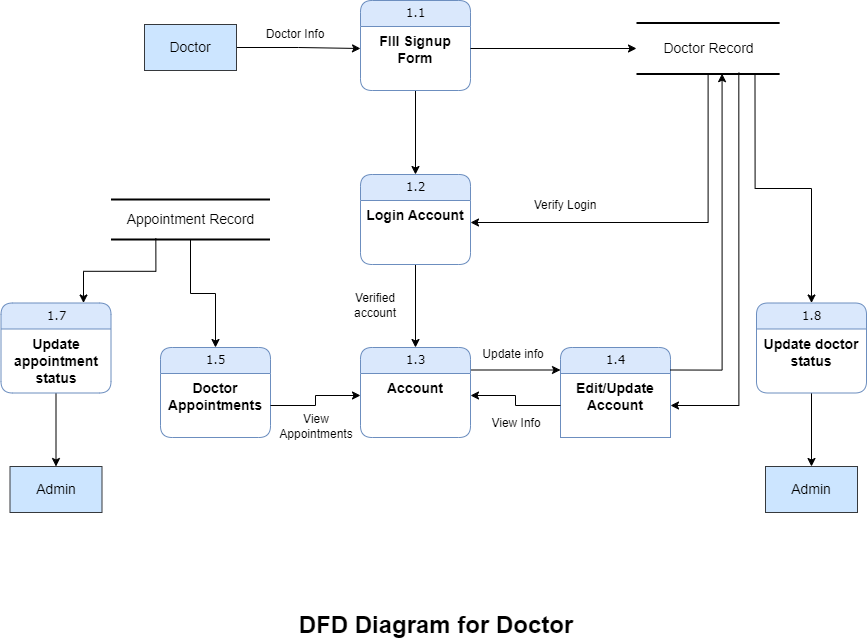
Earlier version of the draw.io export [MISC]/Diagrams/DFD/Data Flow Diagram-Page-2.drawio.png (IntelligentBeaver/Doctor-Appointment-System). Source tidied: cells renumbered, new cells last; positions are measured from the earlier drawing's top-left corner, leaving out a move shared by most shapes. Its diagram source:
```xml
<mxGraphModel>
  <root>
    <mxCell id="0" />
    <mxCell id="1" parent="0" />
    <mxCell id="2" style="edgeStyle=orthogonalEdgeStyle;rounded=0;jettySize=auto;html=1;exitX=0.5;exitY=1;exitDx=0;exitDy=0;" parent="1" edge="1" source="3" target="9">
      <mxGeometry relative="1" as="geometry" />
    </mxCell>
    <mxCell id="3" value="1.1" style="swimlane;html=1;fontStyle=0;horizontal=1;startSize=26;fillColor=#dae8fc;swimlaneFillColor=#ffffff;align=center;rounded=1;shadow=0;comic=0;labelBackgroundColor=none;strokeWidth=1;fontFamily=Verdana;fontSize=12;strokeColor=#6c8ebf;" parent="1" vertex="1">
      <mxGeometry x="360" width="110" height="90" as="geometry" />
    </mxCell>
    <mxCell id="4" value="&lt;b&gt;&lt;font style=&quot;font-size: 14px;&quot;&gt;FIll Signup Form&lt;/font&gt;&lt;/b&gt;" style="text;html=1;strokeColor=none;fillColor=none;spacingLeft=4;spacingRight=4;whiteSpace=wrap;overflow=hidden;points=[[0,0.5],[1,0.5]];portConstraint=eastwest;align=center;" parent="3" vertex="1">
      <mxGeometry y="26" width="110" height="44" as="geometry" />
    </mxCell>
    <mxCell id="5" value="&lt;font face=&quot;Helvetica&quot; style=&quot;font-size: 14px;&quot;&gt;Doctor Record&lt;/font&gt;" style="html=1;rounded=0;shadow=0;comic=0;labelBackgroundColor=none;strokeWidth=2;fontFamily=Verdana;fontSize=12;align=center;shape=mxgraph.ios7ui.horLines;" parent="1" vertex="1">
      <mxGeometry x="636" y="22.5" width="143.1" height="51" as="geometry" />
    </mxCell>
    <mxCell id="6" style="edgeStyle=orthogonalEdgeStyle;rounded=0;jettySize=auto;html=1;exitX=1;exitY=0.5;exitDx=0;exitDy=0;" parent="1" edge="1" source="7" target="4">
      <mxGeometry relative="1" as="geometry" />
    </mxCell>
    <mxCell id="7" value="&lt;font style=&quot;font-size: 14px;&quot;&gt;Doctor&lt;/font&gt;" style="rounded=0;whiteSpace=wrap;html=1;fillColor=#cce5ff;strokeColor=#36393d;" parent="1" vertex="1">
      <mxGeometry x="144" y="24" width="92" height="46" as="geometry" />
    </mxCell>
    <mxCell id="8" style="edgeStyle=orthogonalEdgeStyle;rounded=0;jettySize=auto;html=1;" parent="1" edge="1" source="9" target="13">
      <mxGeometry relative="1" as="geometry" />
    </mxCell>
    <mxCell id="9" value="1.2" style="swimlane;html=1;fontStyle=0;horizontal=1;startSize=26;fillColor=#dae8fc;swimlaneFillColor=#ffffff;align=center;rounded=1;shadow=0;comic=0;labelBackgroundColor=none;strokeWidth=1;fontFamily=Verdana;fontSize=12;strokeColor=#6c8ebf;" parent="1" vertex="1">
      <mxGeometry x="360" y="174" width="110" height="90" as="geometry" />
    </mxCell>
    <mxCell id="10" value="&lt;span style=&quot;font-size: 14px;&quot;&gt;&lt;b&gt;Login Account&lt;/b&gt;&lt;/span&gt;" style="text;html=1;strokeColor=none;fillColor=none;spacingLeft=4;spacingRight=4;whiteSpace=wrap;overflow=hidden;points=[[0,0.5],[1,0.5]];portConstraint=eastwest;align=center;" parent="9" vertex="1">
      <mxGeometry y="26" width="110" height="44" as="geometry" />
    </mxCell>
    <mxCell id="11" style="edgeStyle=orthogonalEdgeStyle;rounded=0;jettySize=auto;html=1;exitX=1;exitY=0.5;exitDx=0;exitDy=0;" parent="1" edge="1" source="4" target="5">
      <mxGeometry relative="1" as="geometry" />
    </mxCell>
    <mxCell id="12" style="edgeStyle=orthogonalEdgeStyle;rounded=0;jettySize=auto;html=1;exitX=1;exitY=0.25;exitDx=0;exitDy=0;entryX=0;entryY=0.25;entryDx=0;entryDy=0;" parent="1" edge="1" source="13" target="16">
      <mxGeometry relative="1" as="geometry" />
    </mxCell>
    <mxCell id="13" value="1.3" style="swimlane;html=1;fontStyle=0;horizontal=1;startSize=26;fillColor=#dae8fc;swimlaneFillColor=#ffffff;align=center;rounded=1;shadow=0;comic=0;labelBackgroundColor=none;strokeWidth=1;fontFamily=Verdana;fontSize=12;strokeColor=#6c8ebf;" parent="1" vertex="1">
      <mxGeometry x="360" y="347" width="110" height="90" as="geometry" />
    </mxCell>
    <mxCell id="14" value="&lt;span style=&quot;font-size: 14px;&quot;&gt;&lt;b&gt;Account&lt;/b&gt;&lt;/span&gt;" style="text;html=1;strokeColor=none;fillColor=none;spacingLeft=4;spacingRight=4;whiteSpace=wrap;overflow=hidden;points=[[0,0.5],[1,0.5]];portConstraint=eastwest;align=center;" parent="13" vertex="1">
      <mxGeometry y="26" width="110" height="44" as="geometry" />
    </mxCell>
    <mxCell id="15" value="&lt;font style=&quot;font-size: 14px;&quot;&gt;Admin&lt;/font&gt;" style="rounded=0;whiteSpace=wrap;html=1;fillColor=#cce5ff;strokeColor=#36393d;" parent="1" vertex="1">
      <mxGeometry x="765" y="466" width="92" height="46" as="geometry" />
    </mxCell>
    <mxCell id="16" value="1.4" style="swimlane;html=1;fontStyle=0;horizontal=1;startSize=26;fillColor=#dae8fc;swimlaneFillColor=#ffffff;align=center;rounded=1;shadow=0;comic=0;labelBackgroundColor=none;strokeWidth=1;fontFamily=Verdana;fontSize=12;strokeColor=#6c8ebf;" parent="1" vertex="1">
      <mxGeometry x="560" y="347" width="110" height="90" as="geometry" />
    </mxCell>
    <mxCell id="17" value="&lt;span style=&quot;font-size: 14px;&quot;&gt;&lt;b&gt;Edit/Update&lt;br&gt;Account&lt;br&gt;&lt;/b&gt;&lt;/span&gt;" style="text;html=1;strokeColor=#6c8ebf;fillColor=#FFFFFF;spacingLeft=4;spacingRight=4;whiteSpace=wrap;overflow=hidden;points=[[0,0.5],[1,0.5]];portConstraint=eastwest;align=center;" parent="16" vertex="1">
      <mxGeometry y="26" width="110" height="64" as="geometry" />
    </mxCell>
    <mxCell id="18" style="edgeStyle=orthogonalEdgeStyle;rounded=0;jettySize=auto;html=1;exitX=0;exitY=0.5;exitDx=0;exitDy=0;entryX=1;entryY=0.5;entryDx=0;entryDy=0;" parent="1" edge="1" source="17" target="14">
      <mxGeometry relative="1" as="geometry" />
    </mxCell>
    <mxCell id="19" style="edgeStyle=orthogonalEdgeStyle;rounded=0;jettySize=auto;html=1;entryX=1;entryY=0.5;entryDx=0;entryDy=0;" parent="1" edge="1" source="5" target="10">
      <mxGeometry relative="1" as="geometry" />
    </mxCell>
    <mxCell id="20" style="edgeStyle=orthogonalEdgeStyle;rounded=0;jettySize=auto;html=1;exitX=1;exitY=0.25;exitDx=0;exitDy=0;entryX=0.598;entryY=0.993;entryDx=0;entryDy=0;entryPerimeter=0;" parent="1" edge="1" source="16" target="5">
      <mxGeometry relative="1" as="geometry" />
    </mxCell>
    <mxCell id="21" style="edgeStyle=orthogonalEdgeStyle;rounded=0;jettySize=auto;html=1;exitX=0.715;exitY=0.973;exitDx=0;exitDy=0;exitPerimeter=0;" parent="1" edge="1" source="5" target="17">
      <mxGeometry relative="1" as="geometry" />
    </mxCell>
    <mxCell id="22" value="1.5" style="swimlane;html=1;fontStyle=0;horizontal=1;startSize=26;fillColor=#dae8fc;swimlaneFillColor=#ffffff;align=center;rounded=1;shadow=0;comic=0;labelBackgroundColor=none;strokeWidth=1;fontFamily=Verdana;fontSize=12;strokeColor=#6c8ebf;" parent="1" vertex="1">
      <mxGeometry x="160" y="347" width="110" height="90" as="geometry" />
    </mxCell>
    <mxCell id="23" value="&lt;span style=&quot;font-size: 14px;&quot;&gt;&lt;b&gt;Doctor Appointments&lt;br&gt;&lt;/b&gt;&lt;/span&gt;" style="text;html=1;strokeColor=none;fillColor=none;spacingLeft=4;spacingRight=4;whiteSpace=wrap;overflow=hidden;points=[[0,0.5],[1,0.5]];portConstraint=eastwest;align=center;" parent="22" vertex="1">
      <mxGeometry y="26" width="110" height="64" as="geometry" />
    </mxCell>
    <mxCell id="24" style="edgeStyle=orthogonalEdgeStyle;rounded=0;jettySize=auto;html=1;entryX=0.5;entryY=0;entryDx=0;entryDy=0;" parent="1" edge="1" source="25" target="22">
      <mxGeometry relative="1" as="geometry" />
    </mxCell>
    <mxCell id="25" value="&lt;font face=&quot;Helvetica&quot; style=&quot;font-size: 14px;&quot;&gt;Appointment Record&lt;/font&gt;" style="html=1;rounded=0;shadow=0;comic=0;labelBackgroundColor=none;strokeWidth=2;fontFamily=Verdana;fontSize=12;align=center;shape=mxgraph.ios7ui.horLines;" parent="1" vertex="1">
      <mxGeometry x="110.5" y="199" width="159" height="40" as="geometry" />
    </mxCell>
    <mxCell id="26" value="&lt;font style=&quot;font-size: 14px;&quot;&gt;Admin&lt;/font&gt;" style="rounded=0;whiteSpace=wrap;html=1;fillColor=#cce5ff;strokeColor=#36393d;" parent="1" vertex="1">
      <mxGeometry x="9.5" y="466" width="92" height="46" as="geometry" />
    </mxCell>
    <mxCell id="27" value="Doctor Info" style="text;html=1;strokeColor=none;fillColor=none;align=center;verticalAlign=middle;whiteSpace=wrap;rounded=0;" parent="1" vertex="1">
      <mxGeometry x="255" y="19" width="80" height="30" as="geometry" />
    </mxCell>
    <mxCell id="28" value="Verify Login" style="text;html=1;strokeColor=none;fillColor=none;align=center;verticalAlign=middle;whiteSpace=wrap;rounded=0;" parent="1" vertex="1">
      <mxGeometry x="525" y="190" width="80" height="30" as="geometry" />
    </mxCell>
    <mxCell id="29" value="Update info" style="text;html=1;strokeColor=none;fillColor=none;align=center;verticalAlign=middle;whiteSpace=wrap;rounded=0;" parent="1" vertex="1">
      <mxGeometry x="473" y="339" width="80" height="30" as="geometry" />
    </mxCell>
    <mxCell id="30" value="View Info" style="text;html=1;strokeColor=none;fillColor=none;align=center;verticalAlign=middle;whiteSpace=wrap;rounded=0;" parent="1" vertex="1">
      <mxGeometry x="476" y="408" width="80" height="30" as="geometry" />
    </mxCell>
    <mxCell id="31" value="View&lt;br&gt;Appointments" style="text;html=1;strokeColor=none;fillColor=none;align=center;verticalAlign=middle;whiteSpace=wrap;rounded=0;" parent="1" vertex="1">
      <mxGeometry x="276" y="411" width="80" height="29" as="geometry" />
    </mxCell>
    <mxCell id="32" value="&lt;font style=&quot;font-size: 24px;&quot;&gt;&lt;b style=&quot;&quot;&gt;DFD Diagram for Doctor&lt;/b&gt;&lt;/font&gt;" style="text;html=1;strokeColor=none;fillColor=none;align=center;verticalAlign=middle;whiteSpace=wrap;rounded=0;" parent="1" vertex="1">
      <mxGeometry x="296" y="610" width="280" height="30" as="geometry" />
    </mxCell>
    <mxCell id="33" style="edgeStyle=orthogonalEdgeStyle;rounded=0;jettySize=auto;html=1;entryX=0.5;entryY=0;entryDx=0;entryDy=0;" parent="1" edge="1" source="34" target="26">
      <mxGeometry relative="1" as="geometry" />
    </mxCell>
    <mxCell id="34" value="1.7" style="swimlane;html=1;fontStyle=0;horizontal=1;startSize=26;fillColor=#dae8fc;swimlaneFillColor=#ffffff;align=center;rounded=1;shadow=0;comic=0;labelBackgroundColor=none;strokeWidth=1;fontFamily=Verdana;fontSize=12;strokeColor=#6c8ebf;" parent="1" vertex="1">
      <mxGeometry x="0.5" y="302.5" width="110" height="90" as="geometry" />
    </mxCell>
    <mxCell id="35" value="&lt;span style=&quot;font-size: 14px;&quot;&gt;&lt;b&gt;Update appointment status&lt;br&gt;&lt;/b&gt;&lt;/span&gt;" style="text;html=1;strokeColor=none;fillColor=none;spacingLeft=4;spacingRight=4;whiteSpace=wrap;overflow=hidden;align=center;" parent="34" vertex="1">
      <mxGeometry y="26" width="110" height="54" as="geometry" />
    </mxCell>
    <mxCell id="36" style="edgeStyle=orthogonalEdgeStyle;rounded=0;jettySize=auto;html=1;exitX=0.282;exitY=0.971;exitDx=0;exitDy=0;entryX=0.75;entryY=0;entryDx=0;entryDy=0;exitPerimeter=0;" parent="1" edge="1" source="25" target="34">
      <mxGeometry relative="1" as="geometry" />
    </mxCell>
    <mxCell id="37" style="edgeStyle=orthogonalEdgeStyle;rounded=0;jettySize=auto;html=1;exitX=0.828;exitY=1.001;exitDx=0;exitDy=0;exitPerimeter=0;" parent="1" edge="1" source="5" target="39">
      <mxGeometry relative="1" as="geometry" />
    </mxCell>
    <mxCell id="38" style="edgeStyle=orthogonalEdgeStyle;rounded=0;jettySize=auto;html=1;entryX=0.5;entryY=0;entryDx=0;entryDy=0;" parent="1" edge="1" source="39" target="15">
      <mxGeometry relative="1" as="geometry" />
    </mxCell>
    <mxCell id="39" value="1.8" style="swimlane;html=1;fontStyle=0;horizontal=1;startSize=26;fillColor=#dae8fc;swimlaneFillColor=#ffffff;align=center;rounded=1;shadow=0;comic=0;labelBackgroundColor=none;strokeWidth=1;fontFamily=Verdana;fontSize=12;strokeColor=#6c8ebf;" parent="1" vertex="1">
      <mxGeometry x="756" y="302.5" width="110" height="90" as="geometry" />
    </mxCell>
    <mxCell id="40" value="&lt;span style=&quot;font-size: 14px;&quot;&gt;&lt;b&gt;Update doctor status&lt;br&gt;&lt;/b&gt;&lt;/span&gt;" style="text;html=1;strokeColor=none;fillColor=none;spacingLeft=4;spacingRight=4;whiteSpace=wrap;overflow=hidden;align=center;" parent="39" vertex="1">
      <mxGeometry y="26" width="110" height="54" as="geometry" />
    </mxCell>
    <mxCell id="41" value="Verified account" style="text;html=1;strokeColor=none;fillColor=none;align=center;verticalAlign=middle;whiteSpace=wrap;rounded=0;" parent="1" vertex="1">
      <mxGeometry x="335" y="290" width="80" height="30" as="geometry" />
    </mxCell>
    <mxCell id="42" style="edgeStyle=orthogonalEdgeStyle;rounded=0;jettySize=auto;html=1;" parent="1" edge="1" source="23" target="14">
      <mxGeometry relative="1" as="geometry" />
    </mxCell>
  </root>
</mxGraphModel>
```
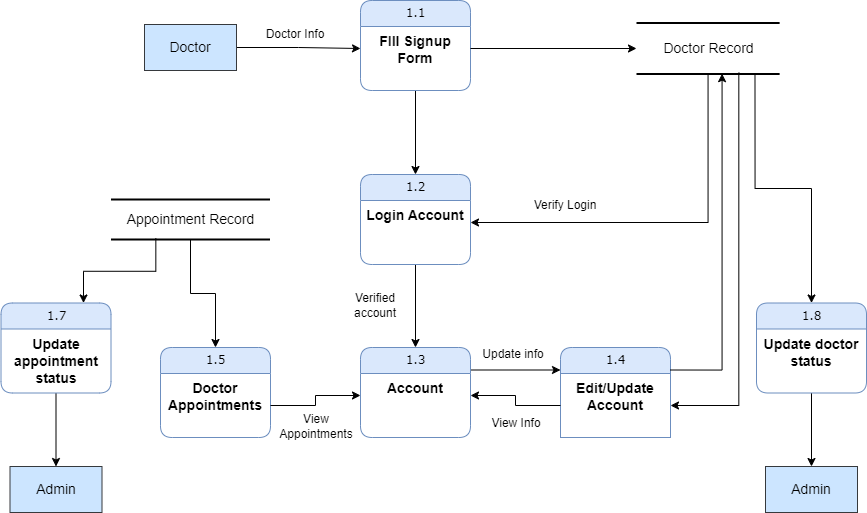
The same file after the commit.

Commit message:
Updated dfd diagrams

What changed in the source:
```diff
@@ -92,9 +92,6 @@
     <mxCell id="31" value="View&lt;br&gt;Appointments" style="text;html=1;strokeColor=none;fillColor=none;align=center;verticalAlign=middle;whiteSpace=wrap;rounded=0;" parent="1" vertex="1">
       <mxGeometry x="276" y="411" width="80" height="29" as="geometry" />
     </mxCell>
-    <mxCell id="32" value="&lt;font style=&quot;font-size: 24px;&quot;&gt;&lt;b style=&quot;&quot;&gt;DFD Diagram for Doctor&lt;/b&gt;&lt;/font&gt;" style="text;html=1;strokeColor=none;fillColor=none;align=center;verticalAlign=middle;whiteSpace=wrap;rounded=0;" parent="1" vertex="1">
-      <mxGeometry x="296" y="610" width="280" height="30" as="geometry" />
-    </mxCell>
     <mxCell id="33" style="edgeStyle=orthogonalEdgeStyle;rounded=0;jettySize=auto;html=1;entryX=0.5;entryY=0;entryDx=0;entryDy=0;" parent="1" edge="1" source="34" target="26">
       <mxGeometry relative="1" as="geometry" />
     </mxCell>
```
